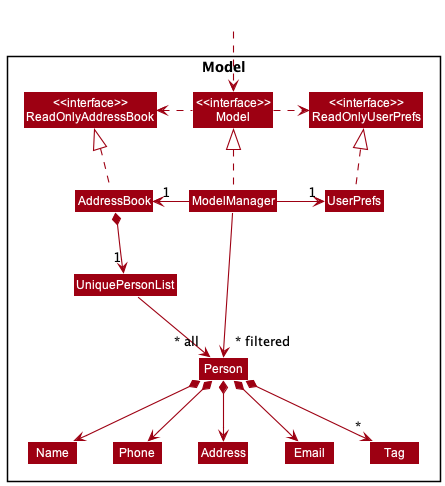
This is docs/images/ModelClassDiagram.png from nus-cs2103-AY2223S1/tp, a PlantUML export, as it was before one commit. Source of this version:
```plantuml
@startuml
!include style.puml
skinparam arrowThickness 1.1
skinparam arrowColor MODEL_COLOR
skinparam classBackgroundColor MODEL_COLOR

Package Model <<Rectangle>>{
Class "<<interface>>\nReadOnlyAddressBook" as ReadOnlyAddressBook
Class "<<interface>>\nReadOnlyUserPrefs" as ReadOnlyUserPrefs
Class "<<interface>>\nModel" as Model
Class AddressBook
Class ModelManager
Class UserPrefs

Class UniquePersonList
Class Person
Class Address
Class Email
Class Name
Class Phone
Class Tag

}

Class HiddenOutside #FFFFFF
HiddenOutside ..> Model

AddressBook .up.|> ReadOnlyAddressBook

ModelManager .up.|> Model
Model .right.> ReadOnlyUserPrefs
Model .left.> ReadOnlyAddressBook
ModelManager -left-> "1" AddressBook
ModelManager -right-> "1" UserPrefs
UserPrefs .up.|> ReadOnlyUserPrefs

AddressBook *--> "1" UniquePersonList
UniquePersonList --> "~* all" Person
Person *--> Name
Person *--> Phone
Person *--> Email
Person *--> Address
Person *--> "*" Tag

Name -[hidden]right-> Phone
Phone -[hidden]right-> Address
Address -[hidden]right-> Email

ModelManager -->"~* filtered" Person
@enduml
```
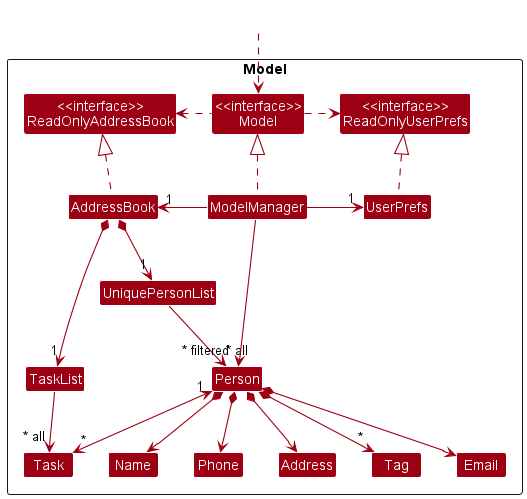
Above is the later version.

The edit, as a diff of the source:
```diff
@@ -19,6 +19,8 @@
 Class Name
 Class Phone
 Class Tag
+Class TaskList
+Class Task
 
 }
 
@@ -35,12 +37,15 @@
 UserPrefs .up.|> ReadOnlyUserPrefs
 
 AddressBook *--> "1" UniquePersonList
+AddressBook *--> "1" TaskList
 UniquePersonList --> "~* all" Person
+TaskList --> "~* all" Task
 Person *--> Name
 Person *--> Phone
 Person *--> Email
 Person *--> Address
 Person *--> "*" Tag
+Person "1" <--> "*" Task
 
 Name -[hidden]right-> Phone
 Phone -[hidden]right-> Address
```
